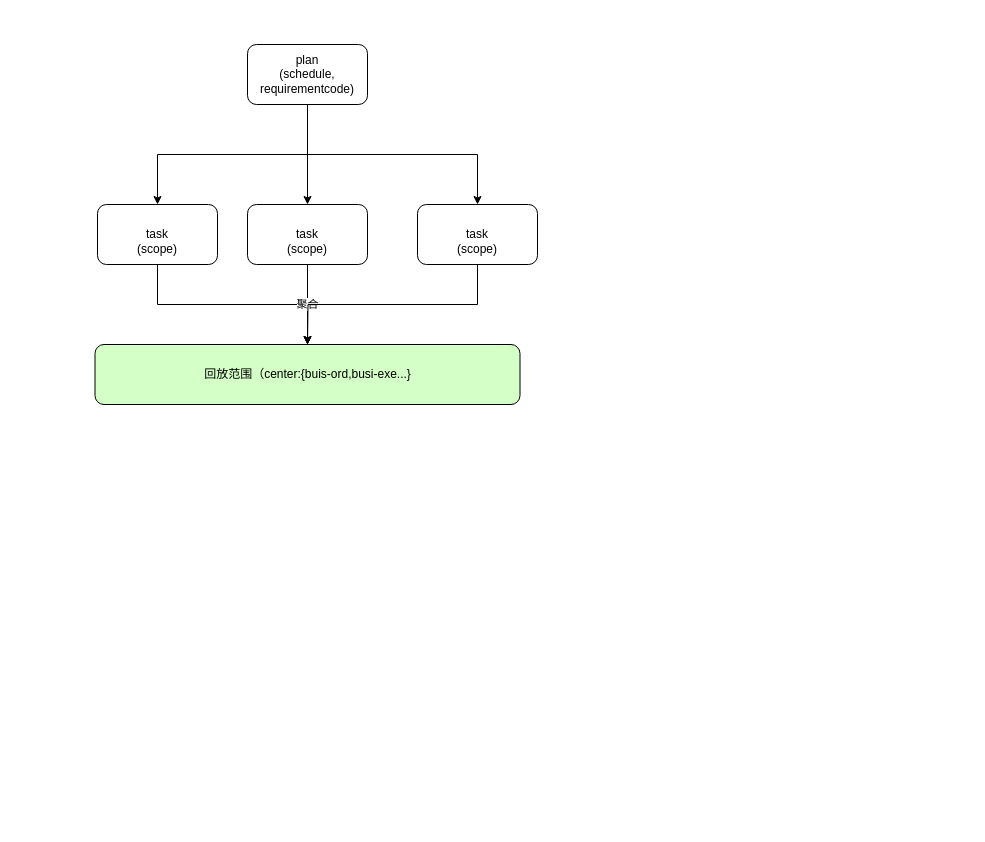
Before: 调度管理.drawio in mayi295940/diagrams, a draw.io diagram. Source tidied: cells renumbered, new cells numbered last; positions are measured from the earlier drawing's top-left corner, leaving out a move shared by most shapes. Both pictures are drawn from the tidied source at 100%, with x=0, y=0 at pixel (95, 44).
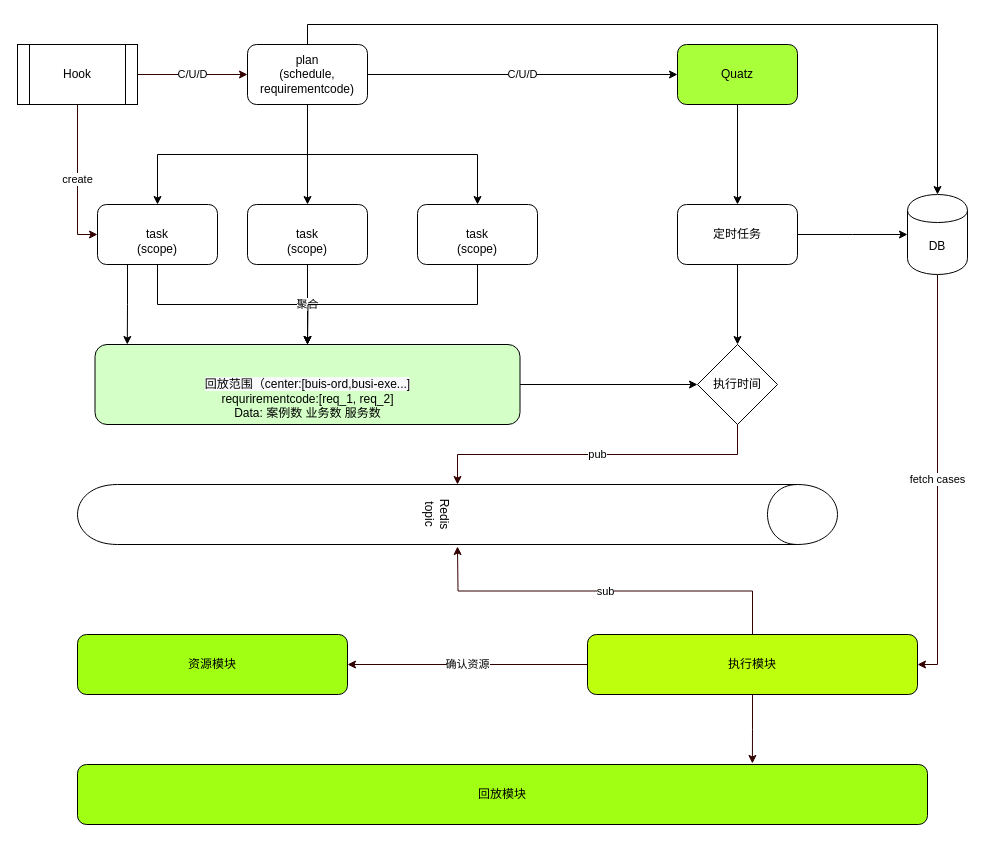
Above is the later version.

Commit message:
更新调度管理1.drawio

The change refers to these unchanged cells:
```xml
<mxCell id="5" value="plan&lt;br&gt;(schedule, requirementcode)" style="rounded=1;whiteSpace=wrap;html=1;" parent="1" vertex="1">
  <mxGeometry x="152" width="120" height="60" as="geometry" />
</mxCell>
<mxCell id="7" value="&lt;br&gt;task&lt;br&gt;(scope)" style="rounded=1;whiteSpace=wrap;html=1;" parent="1" vertex="1">
  <mxGeometry x="2" y="160" width="120" height="60" as="geometry" />
</mxCell>
```

Change to the diagram source:
```diff
@@
+    <mxCell id="13" value="C/U/D" style="edgeStyle=orthogonalEdgeStyle;rounded=0;jettySize=auto;html=1;exitX=1;exitY=0.5;exitDx=0;exitDy=0;" parent="1" edge="1" source="5" target="21">
+      <mxGeometry relative="1" as="geometry" />
+    </mxCell>
+    <mxCell id="14" style="edgeStyle=orthogonalEdgeStyle;rounded=0;jettySize=auto;html=1;exitX=0.5;exitY=0;exitDx=0;exitDy=0;entryX=0.5;entryY=0;entryDx=0;entryDy=0;" parent="1" edge="1" source="5" target="26">
+      <mxGeometry relative="1" as="geometry" />
+    </mxCell>
@@
+    <mxCell id="15" style="edgeStyle=orthogonalEdgeStyle;rounded=0;jettySize=auto;html=1;exitX=0.25;exitY=1;exitDx=0;exitDy=0;entryX=0.076;entryY=0;entryDx=0;entryDy=0;entryPerimeter=0;" parent="1" edge="1" source="7" target="12">
+      <mxGeometry relative="1" as="geometry" />
+    </mxCell>
@@
+    <mxCell id="16" style="edgeStyle=orthogonalEdgeStyle;rounded=0;jettySize=auto;html=1;exitX=1;exitY=0.5;exitDx=0;exitDy=0;entryX=0;entryY=0.5;entryDx=0;entryDy=0;" parent="1" edge="1" source="12" target="28">
+      <mxGeometry relative="1" as="geometry" />
+    </mxCell>
-    <mxCell id="12" value="回放范围（center:{buis-ord,busi-exe...}" style="rounded=1;whiteSpace=wrap;html=1;fillColor=#D4FFC7;" parent="1" vertex="1">
-      <mxGeometry x="-0.5" y="300" width="425" height="60" as="geometry" />
+    <mxCell id="12" value="&lt;br&gt;&lt;br&gt;&lt;span style=&quot;color: rgb(0 , 0 , 0) ; font-family: &amp;#34;helvetica&amp;#34; ; font-size: 12px ; font-style: normal ; font-weight: 400 ; letter-spacing: normal ; text-align: center ; text-indent: 0px ; text-transform: none ; word-spacing: 0px ; background-color: rgb(248 , 249 , 250) ; float: none ; display: inline&quot;&gt;回放范围（center:[buis-ord,busi-exe...]&lt;/span&gt;&lt;br&gt;requrirementcode:[req_1, req_2]&lt;br&gt;Data: 案例数 业务数 服务数" style="rounded=1;whiteSpace=wrap;html=1;fillColor=#D4FFC7;" parent="1" vertex="1">
+      <mxGeometry x="-0.5" y="300" width="425" height="80" as="geometry" />
     </mxCell>
+    <mxCell id="17" value="create" style="edgeStyle=orthogonalEdgeStyle;rounded=0;jettySize=auto;html=1;exitX=0.5;exitY=1;exitDx=0;exitDy=0;entryX=0;entryY=0.5;entryDx=0;entryDy=0;strokeColor=#330000;" parent="1" edge="1" source="19" target="7">
+      <mxGeometry relative="1" as="geometry" />
+    </mxCell>
+    <mxCell id="18" value="C/U/D" style="edgeStyle=orthogonalEdgeStyle;rounded=0;jettySize=auto;html=1;exitX=1;exitY=0.5;exitDx=0;exitDy=0;strokeColor=#330000;" parent="1" edge="1" source="19" target="5">
+      <mxGeometry relative="1" as="geometry" />
+    </mxCell>
+    <mxCell id="19" value="Hook" style="shape=process;whiteSpace=wrap;html=1;backgroundOutline=1;" parent="1" vertex="1">
+      <mxGeometry x="-78" width="120" height="60" as="geometry" />
+    </mxCell>
+    <mxCell id="20" style="edgeStyle=orthogonalEdgeStyle;rounded=0;jettySize=auto;html=1;exitX=0.5;exitY=1;exitDx=0;exitDy=0;entryX=0.5;entryY=0;entryDx=0;entryDy=0;" parent="1" edge="1" source="21" target="24">
+      <mxGeometry relative="1" as="geometry" />
+    </mxCell>
+    <mxCell id="21" value="Quatz" style="rounded=1;whiteSpace=wrap;html=1;fillColor=#AAFF3B;" parent="1" vertex="1">
+      <mxGeometry x="582" width="120" height="60" as="geometry" />
+    </mxCell>
+    <mxCell id="22" style="edgeStyle=orthogonalEdgeStyle;rounded=0;jettySize=auto;html=1;exitX=1;exitY=0.5;exitDx=0;exitDy=0;" parent="1" edge="1" source="24">
+      <mxGeometry relative="1" as="geometry">
+        <mxPoint x="812" y="190" as="targetPoint" />
+      </mxGeometry>
+    </mxCell>
+    <mxCell id="23" style="edgeStyle=orthogonalEdgeStyle;rounded=0;jettySize=auto;html=1;exitX=0.5;exitY=1;exitDx=0;exitDy=0;entryX=0.5;entryY=0;entryDx=0;entryDy=0;" parent="1" edge="1" source="24" target="28">
+      <mxGeometry relative="1" as="geometry" />
+    </mxCell>
+    <mxCell id="24" value="定时任务" style="rounded=1;whiteSpace=wrap;html=1;" parent="1" vertex="1">
+      <mxGeometry x="582" y="160" width="120" height="60" as="geometry" />
+    </mxCell>
+    <mxCell id="25" value="fetch cases" style="edgeStyle=orthogonalEdgeStyle;rounded=0;jettySize=auto;html=1;exitX=0.5;exitY=1;exitDx=0;exitDy=0;entryX=1;entryY=0.5;entryDx=0;entryDy=0;strokeColor=#330000;" parent="1" edge="1" source="26" target="33">
+      <mxGeometry relative="1" as="geometry" />
+    </mxCell>
+    <mxCell id="26" value="DB" style="shape=cylinder;whiteSpace=wrap;html=1;boundedLbl=1;backgroundOutline=1;" parent="1" vertex="1">
+      <mxGeometry x="812" y="150" width="60" height="80" as="geometry" />
+    </mxCell>
+    <mxCell id="27" value="pub" style="edgeStyle=orthogonalEdgeStyle;rounded=0;jettySize=auto;html=1;exitX=0.5;exitY=1;exitDx=0;exitDy=0;strokeColor=#330000;" parent="1" edge="1" source="28" target="29">
+      <mxGeometry relative="1" as="geometry" />
+    </mxCell>
+    <mxCell id="28" value="执行时间" style="rhombus;whiteSpace=wrap;html=1;fillColor=#FFFFFF;" parent="1" vertex="1">
+      <mxGeometry x="602" y="300" width="80" height="80" as="geometry" />
+    </mxCell>
+    <mxCell id="29" value="Redis topic" style="shape=cylinder;whiteSpace=wrap;html=1;boundedLbl=1;backgroundOutline=1;fillColor=#FFFFFF;rotation=90;" parent="1" vertex="1">
+      <mxGeometry x="332" y="90" width="60" height="760" as="geometry" />
+    </mxCell>
+    <mxCell id="30" value="sub" style="edgeStyle=orthogonalEdgeStyle;rounded=0;jettySize=auto;html=1;exitX=0.5;exitY=0;exitDx=0;exitDy=0;strokeColor=#330000;" parent="1" edge="1" source="33">
+      <mxGeometry relative="1" as="geometry">
+        <mxPoint x="362" y="502" as="targetPoint" />
+      </mxGeometry>
+    </mxCell>
+    <mxCell id="31" value="确认资源" style="edgeStyle=orthogonalEdgeStyle;rounded=0;jettySize=auto;html=1;exitX=0;exitY=0.5;exitDx=0;exitDy=0;entryX=1;entryY=0.5;entryDx=0;entryDy=0;strokeColor=#330000;" parent="1" edge="1" source="33" target="34">
+      <mxGeometry relative="1" as="geometry" />
+    </mxCell>
+    <mxCell id="32" style="edgeStyle=orthogonalEdgeStyle;rounded=0;jettySize=auto;html=1;exitX=0.5;exitY=1;exitDx=0;exitDy=0;entryX=0.794;entryY=-0.017;entryDx=0;entryDy=0;entryPerimeter=0;strokeColor=#330000;" parent="1" edge="1" source="33" target="35">
+      <mxGeometry relative="1" as="geometry" />
+    </mxCell>
+    <mxCell id="33" value="执行模块" style="rounded=1;whiteSpace=wrap;html=1;fillColor=#BEFF0D;" parent="1" vertex="1">
+      <mxGeometry x="492" y="590" width="330" height="60" as="geometry" />
+    </mxCell>
+    <mxCell id="34" value="资源模块" style="rounded=1;whiteSpace=wrap;html=1;fillColor=#A1FF14;" parent="1" vertex="1">
+      <mxGeometry x="-18" y="590" width="270" height="60" as="geometry" />
+    </mxCell>
+    <mxCell id="35" value="回放模块" style="rounded=1;whiteSpace=wrap;html=1;fillColor=#A1FF14;" parent="1" vertex="1">
+      <mxGeometry x="-18" y="720" width="850" height="60" as="geometry" />
+    </mxCell>
```
